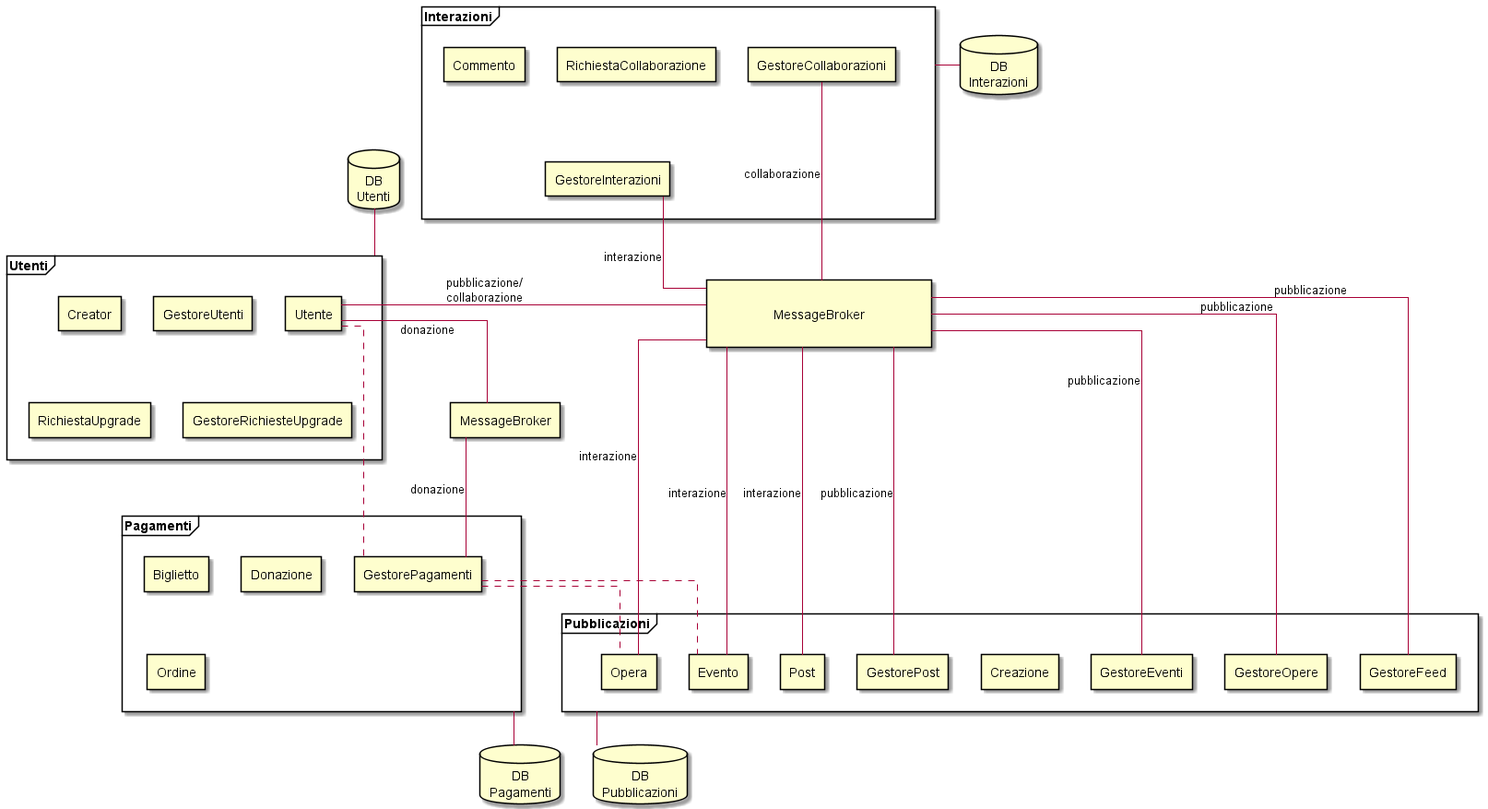
creative-hub-taass/analisi keeps this PlantUML diagram as design-pattern/design-pattern.png. Above is the earlier version. Its diagram source:
```plantuml
@startuml
skinparam componentStyle rectangle
skinparam defaultTextAlignment center
skinparam linetype ortho

frame "Utenti" as fut {
  [Utente]
  [Creator]
  [GestoreUtenti]
  [RichiestaUpgrade]
  [GestoreRichiesteUpgrade]
}

frame "Pubblicazioni" as fpu {
  [Opera]
  [Post]
  [Evento]
  [Creazione]
  [GestorePost]
  [GestoreEventi]
  [GestoreOpere]
  [GestoreFeed]
}

frame "Interazioni" as fin {
  [Commento]
  [GestoreInterazioni]
  [RichiestaCollaborazione]
  [GestoreCollaborazioni]
}

[GestoreInterazioni] -[hidden]up- [Commento]

frame "Pagamenti" as fpa {
  [Biglietto]
  [Donazione]
  [Ordine]
  [GestorePagamenti]
}

database "DB\nUtenti" as dbut
database "DB\nPubblicazioni" as dbpu
database "DB\nInterazioni" as dbin
database "DB\nPagamenti" as dbpa

rectangle "\nMessageBroker\n\t\t\t\t\t\t\t" as mb1
rectangle "MessageBroker" as mb2

fin -[hidden]down- mb1
mb1 -[hidden]left- fut
fpa -[hidden]up- fpu
fut -[hidden]down- fpa

fut -up- dbut
fpu -down- dbpu
fin -left- dbin
fpa --down- dbpa

mb1 -up- [GestoreInterazioni] : interazione
mb1 --down- [Opera] : interazione
mb1 --down- [Post] : interazione
mb1 --down- [Evento] : interazione
mb1 --down- [GestoreFeed] : pubblicazione
mb1 -right- [Utente] : pubblicazione/\ncollaborazione

mb2 --down- [GestorePagamenti] : donazione
mb2 -up- [Utente] : donazione

[GestorePagamenti] .up. [Utente]
[GestorePagamenti] .down. [Opera]
[GestorePagamenti] .down. [Evento]

[GestoreCollaborazioni] -down- mb1 : collaborazione

[GestoreOpere]  ---up- mb1 : pubblicazione
[GestoreEventi] ---up- mb1 : pubblicazione
[GestorePost]   ---up- mb1 : pubblicazione
@enduml
```
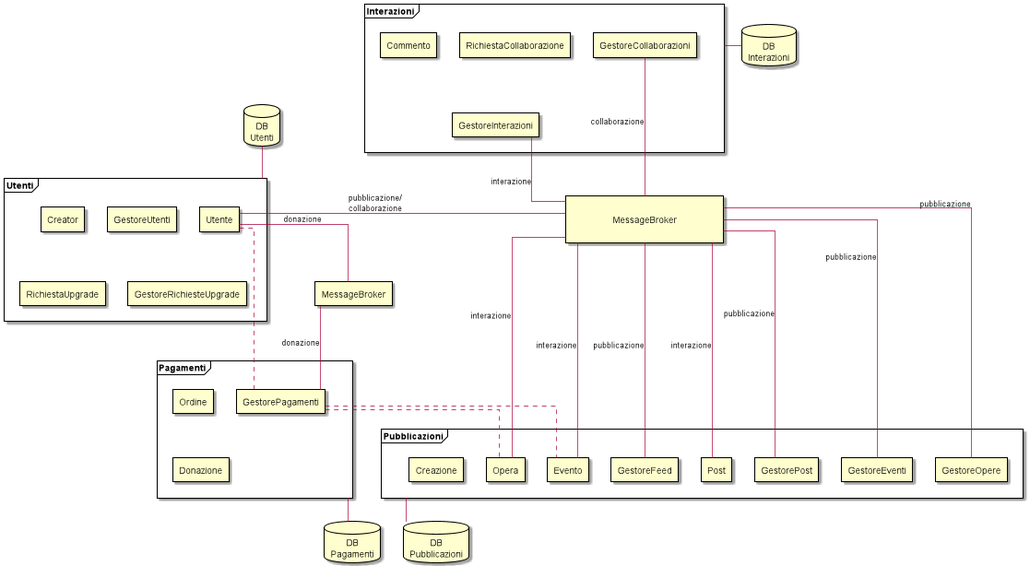
Above is the later version.

Commit message:
updated class-diagram and design-pattern + png export

Diff of the diagram source:
```diff
@@ -22,6 +22,8 @@
   [GestoreFeed]
 }
 
+[Opera] -[hidden]left- [Creazione]
+
 frame "Interazioni" as fin {
   [Commento]
   [GestoreInterazioni]
@@ -32,11 +34,12 @@
 [GestoreInterazioni] -[hidden]up- [Commento]
 
 frame "Pagamenti" as fpa {
-  [Biglietto]
   [Donazione]
   [Ordine]
   [GestorePagamenti]
 }
+
+[Donazione] -[hidden]up- [Ordine]
 
 database "DB\nUtenti" as dbut
 database "DB\nPubblicazioni" as dbpu
```
